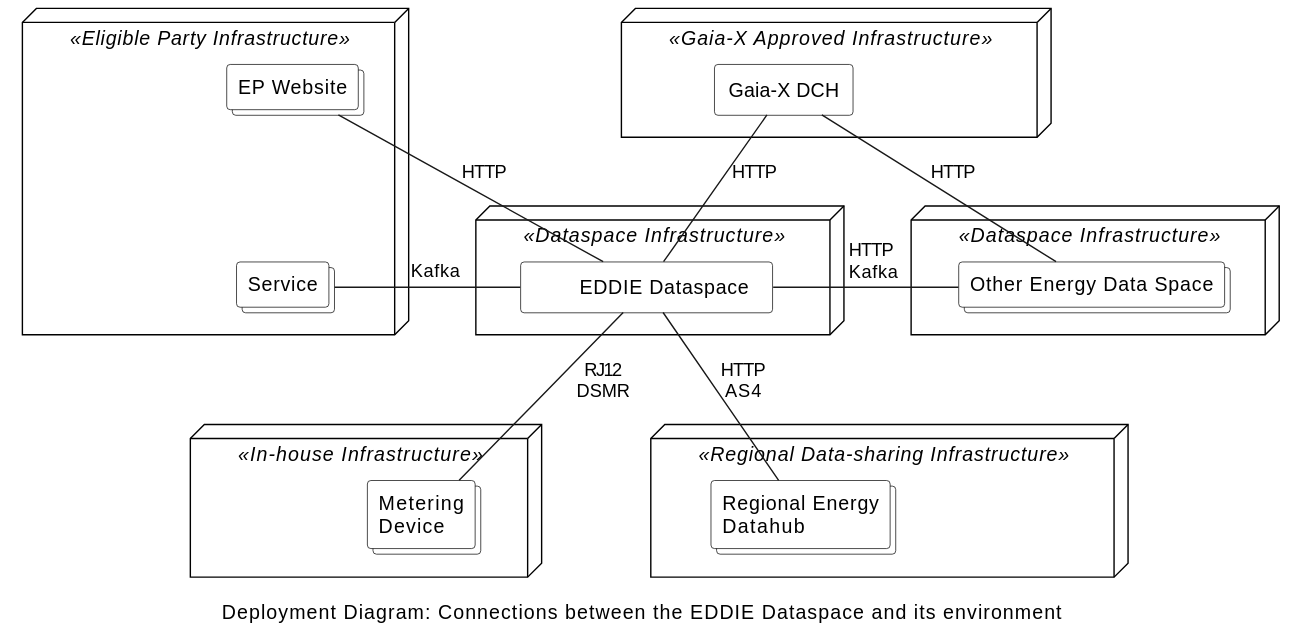
Before: arc42/system-scope-and-context/figures/deployment-diagram-dataspace.svg, a diagram exported from PlantUML (eddie-energy/architecture).
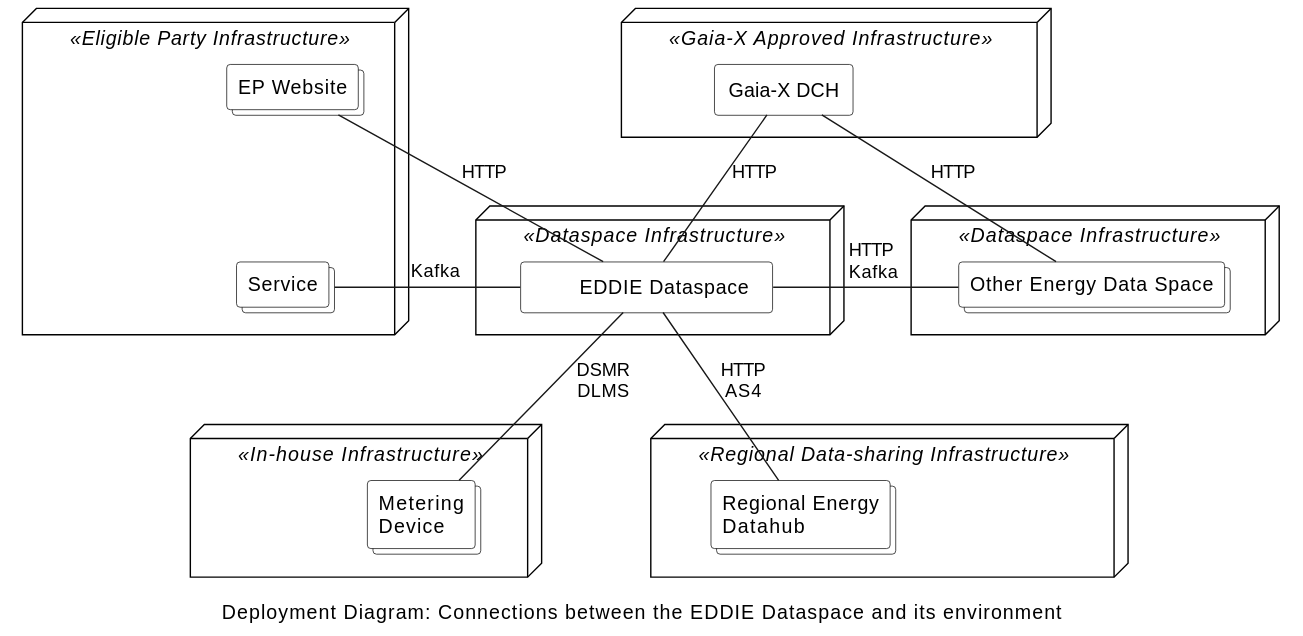
After the commit.

Change to the diagram source:
```diff
@@ -53,7 +53,7 @@
 
 eddieDataspace -right- otherDataspace : \t HTTP\t\n\t Kafka\t
 
-eddieDataspace -down- smartMeter : RJ12\nDSMR
+eddieDataspace -down- smartMeter : DSMR\nDLMS
 smartMeter -[hidden]right- regionalData :\t\t\t\t
 eddieDataspace -down- regionalData : HTTP\nAS4
 
```
